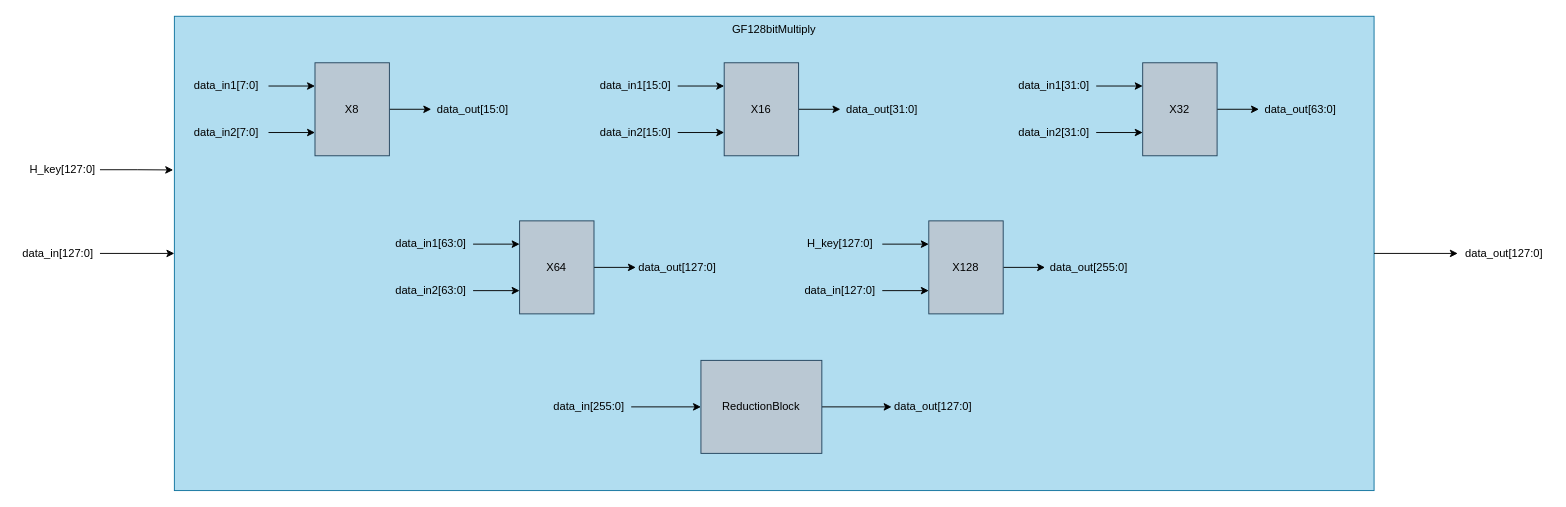
Before: Quang Long/_drawio/Module X128 high level.drawio in LQLManZz/AES128-Verilog, a draw.io diagram. Source tidied: cells renumbered, new cells numbered last; positions are measured from the earlier drawing's top-left corner, leaving out a move shared by most shapes. Both pictures are drawn from the tidied source at 93%, with x=0, y=0 at pixel (16, 16).
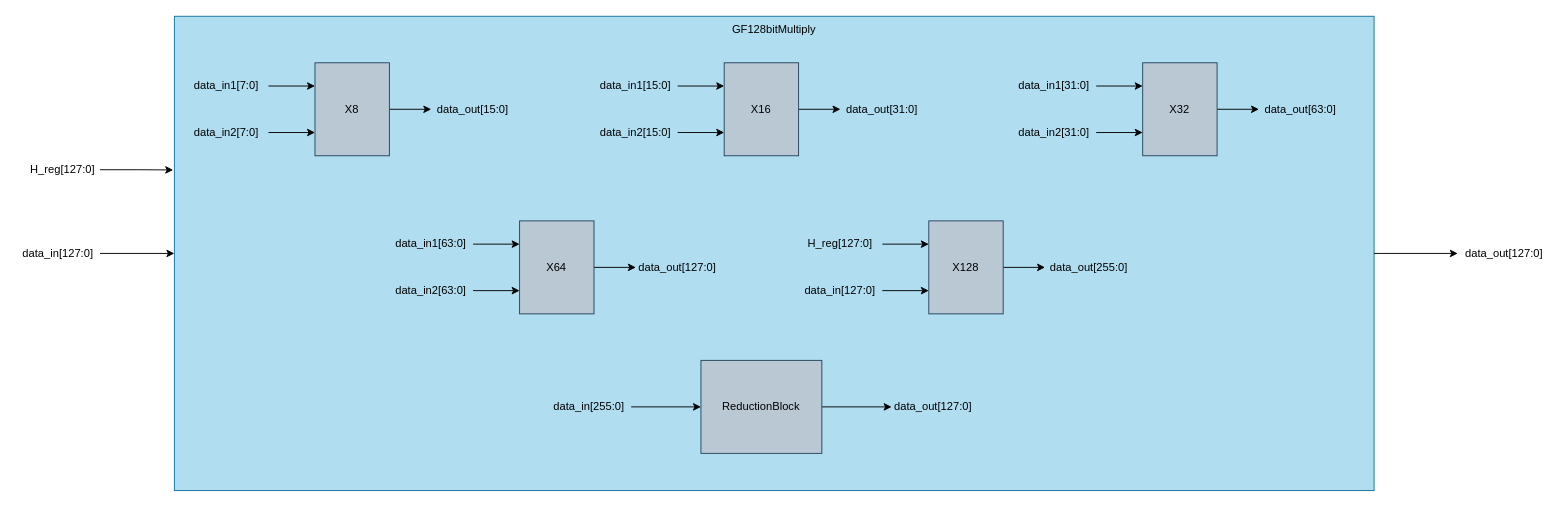
Above is the later version.

The change refers to these unchanged cells:
```xml
<mxCell id="9" style="group;" parent="6" vertex="1">
  <mxGeometry x="11.2" y="50" width="1267.5" height="460" as="geometry" />
</mxCell>
```

What changed in the source:
```diff
@@
-    <mxCell id="2" value="H_key[127:0]" style="text;html=1;whiteSpace=wrap;strokeColor=none;fillColor=none;align=center;verticalAlign=middle;rounded=0;" parent="1" vertex="1">
+    <mxCell id="2" value="H_reg[127:0]" style="text;html=1;whiteSpace=wrap;strokeColor=none;fillColor=none;align=center;verticalAlign=middle;rounded=0;" parent="1" vertex="1">
       <mxGeometry x="10" y="150" width="80" height="30" as="geometry" />
     </mxCell>
@@
-    <mxCell id="43" value="H_key[127:0]" style="text;html=1;whiteSpace=wrap;strokeColor=none;fillColor=none;align=center;verticalAlign=middle;rounded=0;" parent="9" vertex="1">
+    <mxCell id="43" value="H_reg[127:0]" style="text;html=1;whiteSpace=wrap;strokeColor=none;fillColor=none;align=center;verticalAlign=middle;rounded=0;" parent="9" vertex="1">
       <mxGeometry x="660" y="180" width="90" height="30" as="geometry" />
     </mxCell>
```
